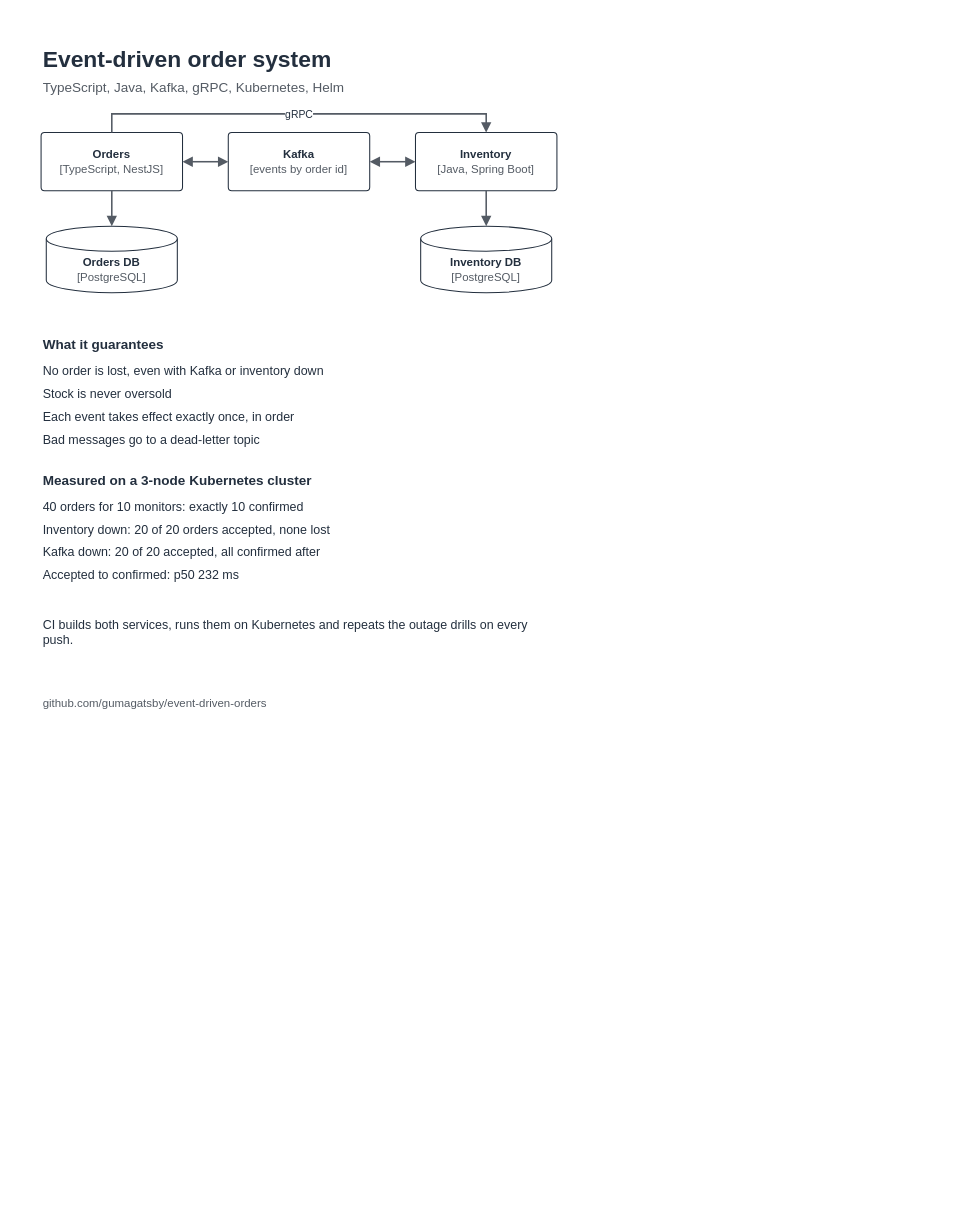
Earlier version of the draw.io diagram docs/linkedin-architecture.drawio (gumagatsby/event-driven-orders). Source tidied: cells renumbered, new cells numbered last; positions are measured from the earlier drawing's top-left corner, leaving out a move shared by most shapes. Both pictures are drawn from the tidied source at 104%, with x=0, y=0 at pixel (18, 18). Pictures stored in the file or linked from it are replaced by grey dashed boxes.
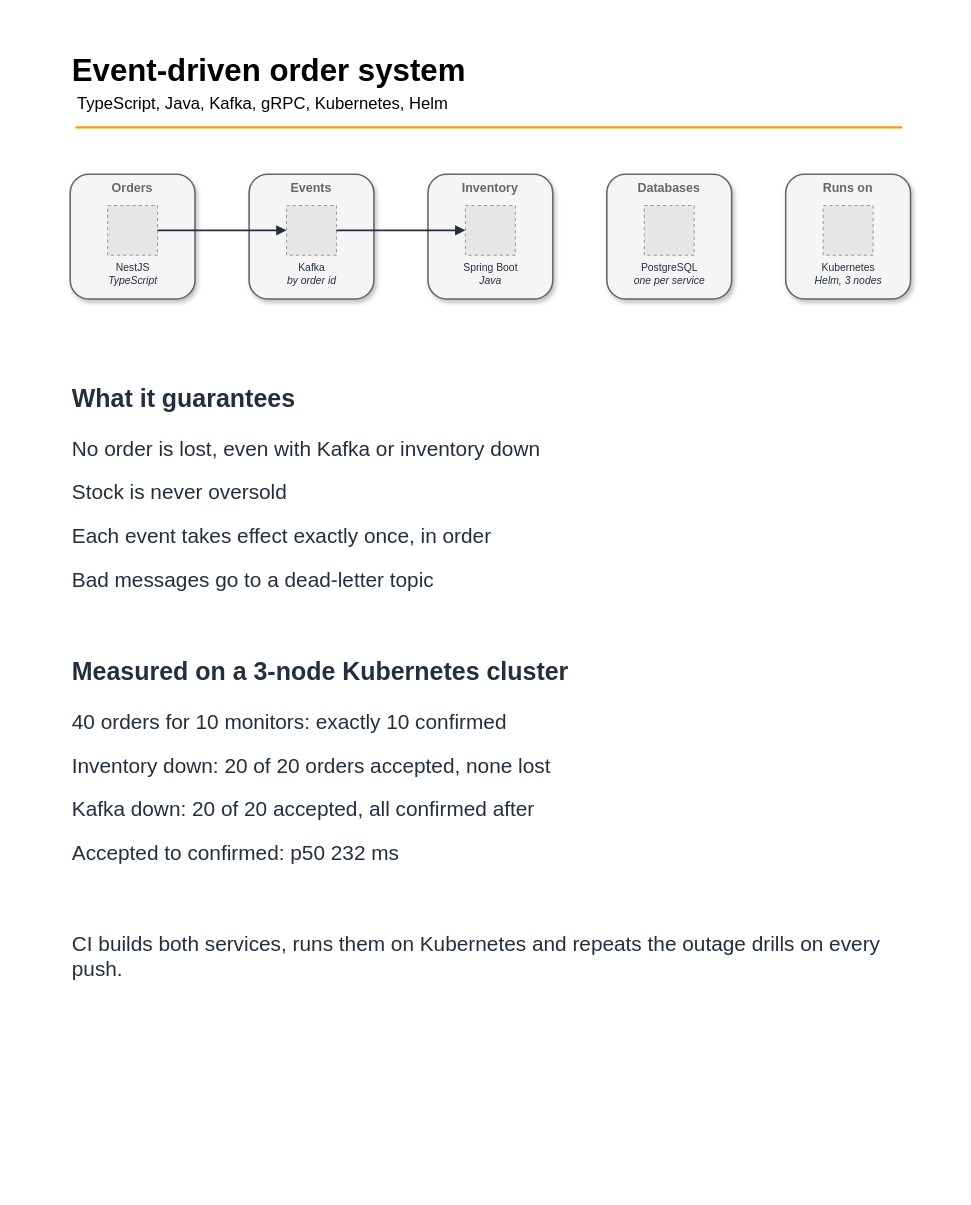
After the change.

Commit message (it also covers changes not shown here):
Redraw the flow diagram and LinkedIn card to match the architecture diagram

Diff of the diagram source:
```diff
@@
-<mxGraphModel background="#FFFFFF">
+<mxGraphModel>
@@
-    <mxCell id="2" style="rounded=0;fillColor=#FFFFFF;strokeColor=none;" parent="1" vertex="1">
-      <mxGeometry width="540" height="675" as="geometry" />
-    </mxCell>
+    <mxCell id="27" style="rounded=0;fillColor=none;strokeColor=none;" parent="1" vertex="1">
+      <mxGeometry width="900" height="1125" as="geometry" />
+    </mxCell>
+    <mxCell id="28" style="group;fontFamily=Helvetica;" parent="1" vertex="1">
+      <mxGeometry x="50" y="30" width="800" height="83" as="geometry" />
+    </mxCell>
-    <mxCell id="3" value="Event-driven order system" style="text;html=1;strokeColor=none;fillColor=none;align=left;verticalAlign=top;whiteSpace=wrap;fontSize=22;fontColor=#232F3E;fontStyle=1;" parent="1" vertex="1">
-      <mxGeometry x="22" y="20" width="500" height="30" as="geometry" />
+    <mxCell id="3" value="Event-driven order system" style="text;html=1;align=left;verticalAlign=top;spacingTop=-4;fontSize=30;fontStyle=1;fontFamily=Helvetica;" parent="28" vertex="1">
+      <mxGeometry width="800" height="42" as="geometry" />
     </mxCell>
-    <mxCell id="4" value="TypeScript, Java, Kafka, gRPC, Kubernetes, Helm" style="text;html=1;strokeColor=none;fillColor=none;align=left;verticalAlign=top;whiteSpace=wrap;fontSize=13;fontColor=#545B64;fontStyle=0;" parent="1" vertex="1">
-      <mxGeometry x="22" y="52" width="500" height="20" as="geometry" />
+    <mxCell id="4" value="TypeScript, Java, Kafka, gRPC, Kubernetes, Helm" style="text;html=1;align=left;verticalAlign=top;spacingTop=-4;fontSize=16;fontFamily=Helvetica;" parent="28" vertex="1">
+      <mxGeometry x="5" y="40" width="790" height="25" as="geometry" />
     </mxCell>
-    <mxCell id="5" value="&lt;b&gt;Orders&lt;/b&gt;&lt;br&gt;&lt;span style='color:#545B64'&gt;[TypeScript, NestJS]&lt;/span&gt;" style="rounded=1;arcSize=6;whiteSpace=wrap;html=1;fillColor=#FFFFFF;strokeColor=#232F3E;strokeWidth=1;fontColor=#232F3E;fontSize=11;verticalAlign=middle;spacing=8;" parent="1" vertex="1">
-      <mxGeometry x="22" y="110" width="136" height="56" as="geometry" />
-    </mxCell>
-    <mxCell id="6" value="&lt;b&gt;Kafka&lt;/b&gt;&lt;br&gt;&lt;span style='color:#545B64'&gt;[events by order id]&lt;/span&gt;" style="rounded=1;arcSize=6;whiteSpace=wrap;html=1;fillColor=#FFFFFF;strokeColor=#232F3E;strokeWidth=1;fontColor=#232F3E;fontSize=11;verticalAlign=middle;spacing=8;" parent="1" vertex="1">
-      <mxGeometry x="202" y="110" width="136" height="56" as="geometry" />
-    </mxCell>
-    <mxCell id="7" value="&lt;b&gt;Inventory&lt;/b&gt;&lt;br&gt;&lt;span style='color:#545B64'&gt;[Java, Spring Boot]&lt;/span&gt;" style="rounded=1;arcSize=6;whiteSpace=wrap;html=1;fillColor=#FFFFFF;strokeColor=#232F3E;strokeWidth=1;fontColor=#232F3E;fontSize=11;verticalAlign=middle;spacing=8;" parent="1" vertex="1">
-      <mxGeometry x="382" y="110" width="136" height="56" as="geometry" />
-    </mxCell>
-    <mxCell id="8" value="&lt;b&gt;Orders DB&lt;/b&gt;&lt;br&gt;&lt;span style='color:#545B64'&gt;[PostgreSQL]&lt;/span&gt;" style="shape=cylinder3;whiteSpace=wrap;html=1;boundedLbl=1;size=12;fillColor=#FFFFFF;strokeColor=#232F3E;strokeWidth=1;fontColor=#232F3E;fontSize=11;" parent="1" vertex="1">
-      <mxGeometry x="27" y="200" width="126" height="64" as="geometry" />
-    </mxCell>
-    <mxCell id="9" value="&lt;b&gt;Inventory DB&lt;/b&gt;&lt;br&gt;&lt;span style='color:#545B64'&gt;[PostgreSQL]&lt;/span&gt;" style="shape=cylinder3;whiteSpace=wrap;html=1;boundedLbl=1;size=12;fillColor=#FFFFFF;strokeColor=#232F3E;strokeWidth=1;fontColor=#232F3E;fontSize=11;" parent="1" vertex="1">
-      <mxGeometry x="387" y="200" width="126" height="64" as="geometry" />
-    </mxCell>
-    <mxCell id="10" style="edgeStyle=orthogonalEdgeStyle;rounded=0;html=1;endArrow=block;endFill=1;strokeColor=#545B64;startArrow=block;startFill=1;strokeWidth=1.5;fontSize=11;fontColor=#232F3E;labelBackgroundColor=#FFFFFF;" parent="1" edge="1" source="5" target="6">
-      <mxGeometry relative="1" as="geometry" />
-    </mxCell>
-    <mxCell id="11" style="edgeStyle=orthogonalEdgeStyle;rounded=0;html=1;endArrow=block;endFill=1;strokeColor=#545B64;startArrow=block;startFill=1;strokeWidth=1.5;fontSize=11;fontColor=#232F3E;labelBackgroundColor=#FFFFFF;" parent="1" edge="1" source="6" target="7">
-      <mxGeometry relative="1" as="geometry" />
-    </mxCell>
-    <mxCell id="12" value="gRPC" style="edgeStyle=orthogonalEdgeStyle;rounded=0;html=1;endArrow=block;endFill=1;strokeColor=#545B64;strokeWidth=1.5;fontSize=10;fontColor=#232F3E;labelBackgroundColor=#FFFFFF;exitX=0.5;exitY=0;exitDx=0;exitDy=0;entryX=0.5;entryY=0;entryDx=0;entryDy=0;" parent="1" edge="1" source="5" target="7">
-      <mxGeometry relative="1" as="geometry">
-        <Array as="points">
-          <mxPoint x="90" y="92" />
-          <mxPoint x="450" y="92" />
-        </Array>
-      </mxGeometry>
-    </mxCell>
-    <mxCell id="13" style="edgeStyle=orthogonalEdgeStyle;rounded=0;html=1;endArrow=block;endFill=1;strokeColor=#545B64;strokeWidth=1.5;fontSize=11;fontColor=#232F3E;labelBackgroundColor=#FFFFFF;" parent="1" edge="1" source="5" target="8">
-      <mxGeometry relative="1" as="geometry" />
-    </mxCell>
-    <mxCell id="14" style="edgeStyle=orthogonalEdgeStyle;rounded=0;html=1;endArrow=block;endFill=1;strokeColor=#545B64;strokeWidth=1.5;fontSize=11;fontColor=#232F3E;labelBackgroundColor=#FFFFFF;" parent="1" edge="1" source="7" target="9">
-      <mxGeometry relative="1" as="geometry" />
-    </mxCell>
+    <mxCell id="29" style="line;strokeWidth=2;html=1;fontSize=14;strokeColor=#FF9900;fontFamily=Helvetica;" parent="28" vertex="1">
+      <mxGeometry x="5" y="70" width="795" height="10" as="geometry" />
+    </mxCell>
+    <mxCell id="30" value="Orders" style="fillColor=#F5F5F5;strokeColor=#666666;rounded=1;whiteSpace=wrap;html=1;verticalAlign=top;fontStyle=1;fontSize=12;fontColor=#666666;fontFamily=Helvetica;shadow=1;strokeWidth=1.5;" parent="1" vertex="1">
+      <mxGeometry x="50" y="150" width="120" height="120" as="geometry" />
+    </mxCell>
+    <mxCell id="31" value="NestJS&lt;div&gt;&lt;i&gt;TypeScript&lt;/i&gt;&lt;/div&gt;" style="fillColor=#E6E6E6;strokeColor=#999999;dashed=1;verticalLabelPosition=bottom;verticalAlign=top;align=center;html=1;fontSize=10;fontColor=#232F3E;fontFamily=Helvetica;" parent="30" vertex="1">
+      <mxGeometry x="36" y="30" width="48" height="48" as="geometry" />
+    </mxCell>
+    <mxCell id="32" value="Events" style="fillColor=#F5F5F5;strokeColor=#666666;rounded=1;whiteSpace=wrap;html=1;verticalAlign=top;fontStyle=1;fontSize=12;fontColor=#666666;fontFamily=Helvetica;shadow=1;strokeWidth=1.5;" parent="1" vertex="1">
+      <mxGeometry x="222" y="150" width="120" height="120" as="geometry" />
+    </mxCell>
+    <mxCell id="33" value="Kafka&lt;div&gt;&lt;i&gt;by order id&lt;/i&gt;&lt;/div&gt;" style="fillColor=#E6E6E6;strokeColor=#999999;dashed=1;verticalLabelPosition=bottom;verticalAlign=top;align=center;html=1;fontSize=10;fontColor=#232F3E;fontFamily=Helvetica;" parent="32" vertex="1">
+      <mxGeometry x="36" y="30" width="48" height="48" as="geometry" />
+    </mxCell>
+    <mxCell id="34" value="Inventory" style="fillColor=#F5F5F5;strokeColor=#666666;rounded=1;whiteSpace=wrap;html=1;verticalAlign=top;fontStyle=1;fontSize=12;fontColor=#666666;fontFamily=Helvetica;shadow=1;strokeWidth=1.5;" parent="1" vertex="1">
+      <mxGeometry x="394" y="150" width="120" height="120" as="geometry" />
+    </mxCell>
+    <mxCell id="35" value="Spring Boot&lt;div&gt;&lt;i&gt;Java&lt;/i&gt;&lt;/div&gt;" style="fillColor=#E6E6E6;strokeColor=#999999;dashed=1;verticalLabelPosition=bottom;verticalAlign=top;align=center;html=1;fontSize=10;fontColor=#232F3E;fontFamily=Helvetica;" parent="34" vertex="1">
+      <mxGeometry x="36" y="30" width="48" height="48" as="geometry" />
+    </mxCell>
+    <mxCell id="36" value="Databases" style="fillColor=#F5F5F5;strokeColor=#666666;rounded=1;whiteSpace=wrap;html=1;verticalAlign=top;fontStyle=1;fontSize=12;fontColor=#666666;fontFamily=Helvetica;shadow=1;strokeWidth=1.5;" parent="1" vertex="1">
+      <mxGeometry x="566" y="150" width="120" height="120" as="geometry" />
+    </mxCell>
+    <mxCell id="37" value="PostgreSQL&lt;div&gt;&lt;i&gt;one per service&lt;/i&gt;&lt;/div&gt;" style="fillColor=#E6E6E6;strokeColor=#999999;dashed=1;verticalLabelPosition=bottom;verticalAlign=top;align=center;html=1;fontSize=10;fontColor=#232F3E;fontFamily=Helvetica;" parent="36" vertex="1">
+      <mxGeometry x="36" y="30" width="48" height="48" as="geometry" />
+    </mxCell>
+    <mxCell id="38" value="Runs on" style="fillColor=#F5F5F5;strokeColor=#666666;rounded=1;whiteSpace=wrap;html=1;verticalAlign=top;fontStyle=1;fontSize=12;fontColor=#666666;fontFamily=Helvetica;shadow=1;strokeWidth=1.5;" parent="1" vertex="1">
+      <mxGeometry x="738" y="150" width="120" height="120" as="geometry" />
+    </mxCell>
+    <mxCell id="39" value="Kubernetes&lt;div&gt;&lt;i&gt;Helm, 3 nodes&lt;/i&gt;&lt;/div&gt;" style="fillColor=#E6E6E6;strokeColor=#999999;dashed=1;verticalLabelPosition=bottom;verticalAlign=top;align=center;html=1;fontSize=10;fontColor=#232F3E;fontFamily=Helvetica;" parent="38" vertex="1">
+      <mxGeometry x="36" y="30" width="48" height="48" as="geometry" />
+    </mxCell>
+    <mxCell id="40" style="edgeStyle=orthogonalEdgeStyle;rounded=0;jettySize=auto;html=1;endArrow=block;endFill=1;strokeWidth=1.5;strokeColor=light-dark(#232F3E,#D4D4D4);fontFamily=Helvetica;exitX=1;exitY=0.5;exitDx=0;exitDy=0;entryX=0;entryY=0.5;entryDx=0;entryDy=0;" parent="1" edge="1" source="31" target="33">
+      <mxGeometry relative="1" as="geometry" />
+    </mxCell>
+    <mxCell id="41" style="edgeStyle=orthogonalEdgeStyle;rounded=0;jettySize=auto;html=1;endArrow=block;endFill=1;strokeWidth=1.5;strokeColor=light-dark(#232F3E,#D4D4D4);fontFamily=Helvetica;exitX=1;exitY=0.5;exitDx=0;exitDy=0;entryX=0;entryY=0.5;entryDx=0;entryDy=0;" parent="1" edge="1" source="33" target="35">
+      <mxGeometry relative="1" as="geometry" />
+    </mxCell>
-    <mxCell id="15" value="What it guarantees" style="text;html=1;strokeColor=none;fillColor=none;align=left;verticalAlign=top;whiteSpace=wrap;fontSize=13;fontColor=#232F3E;fontStyle=1;" parent="1" vertex="1">
-      <mxGeometry x="22" y="300" width="500" height="20" as="geometry" />
+    <mxCell id="15" value="What it guarantees" style="text;html=1;align=left;verticalAlign=top;whiteSpace=wrap;fontFamily=Helvetica;fontColor=light-dark(#232F3E,#D4D4D4);fontSize=24;fontStyle=1;" parent="1" vertex="1">
+      <mxGeometry x="50" y="345" width="800" height="34" as="geometry" />
     </mxCell>
-    <mxCell id="16" value="No order is lost, even with Kafka or inventory down" style="text;html=1;strokeColor=none;fillColor=none;align=left;verticalAlign=top;whiteSpace=wrap;fontSize=12;fontColor=#232F3E;fontStyle=0;" parent="1" vertex="1">
-      <mxGeometry x="22" y="326" width="500" height="20" as="geometry" />
+    <mxCell id="16" value="No order is lost, even with Kafka or inventory down" style="text;html=1;align=left;verticalAlign=top;whiteSpace=wrap;fontFamily=Helvetica;fontColor=light-dark(#232F3E,#D4D4D4);fontSize=20;" parent="1" vertex="1">
+      <mxGeometry x="50" y="395" width="800" height="34" as="geometry" />
     </mxCell>
-    <mxCell id="17" value="Stock is never oversold" style="text;html=1;strokeColor=none;fillColor=none;align=left;verticalAlign=top;whiteSpace=wrap;fontSize=12;fontColor=#232F3E;fontStyle=0;" parent="1" vertex="1">
-      <mxGeometry x="22" y="348" width="500" height="20" as="geometry" />
+    <mxCell id="17" value="Stock is never oversold" style="text;html=1;align=left;verticalAlign=top;whiteSpace=wrap;fontFamily=Helvetica;fontColor=light-dark(#232F3E,#D4D4D4);fontSize=20;" parent="1" vertex="1">
+      <mxGeometry x="50" y="437" width="800" height="34" as="geometry" />
     </mxCell>
-    <mxCell id="18" value="Each event takes effect exactly once, in order" style="text;html=1;strokeColor=none;fillColor=none;align=left;verticalAlign=top;whiteSpace=wrap;fontSize=12;fontColor=#232F3E;fontStyle=0;" parent="1" vertex="1">
-      <mxGeometry x="22" y="370" width="500" height="20" as="geometry" />
+    <mxCell id="18" value="Each event takes effect exactly once, in order" style="text;html=1;align=left;verticalAlign=top;whiteSpace=wrap;fontFamily=Helvetica;fontColor=light-dark(#232F3E,#D4D4D4);fontSize=20;" parent="1" vertex="1">
+      <mxGeometry x="50" y="479" width="800" height="34" as="geometry" />
     </mxCell>
-    <mxCell id="19" value="Bad messages go to a dead-letter topic" style="text;html=1;strokeColor=none;fillColor=none;align=left;verticalAlign=top;whiteSpace=wrap;fontSize=12;fontColor=#232F3E;fontStyle=0;" parent="1" vertex="1">
-      <mxGeometry x="22" y="392" width="500" height="20" as="geometry" />
+    <mxCell id="19" value="Bad messages go to a dead-letter topic" style="text;html=1;align=left;verticalAlign=top;whiteSpace=wrap;fontFamily=Helvetica;fontColor=light-dark(#232F3E,#D4D4D4);fontSize=20;" parent="1" vertex="1">
+      <mxGeometry x="50" y="521" width="800" height="34" as="geometry" />
     </mxCell>
-    <mxCell id="20" value="Measured on a 3-node Kubernetes cluster" style="text;html=1;strokeColor=none;fillColor=none;align=left;verticalAlign=top;whiteSpace=wrap;fontSize=13;fontColor=#232F3E;fontStyle=1;" parent="1" vertex="1">
-      <mxGeometry x="22" y="430" width="500" height="20" as="geometry" />
+    <mxCell id="20" value="Measured on a 3-node Kubernetes cluster" style="text;html=1;align=left;verticalAlign=top;whiteSpace=wrap;fontFamily=Helvetica;fontColor=light-dark(#232F3E,#D4D4D4);fontSize=24;fontStyle=1;" parent="1" vertex="1">
+      <mxGeometry x="50" y="608" width="800" height="34" as="geometry" />
     </mxCell>
-    <mxCell id="21" value="40 orders for 10 monitors: exactly 10 confirmed" style="text;html=1;strokeColor=none;fillColor=none;align=left;verticalAlign=top;whiteSpace=wrap;fontSize=12;fontColor=#232F3E;fontStyle=0;" parent="1" vertex="1">
-      <mxGeometry x="22" y="456" width="500" height="20" as="geometry" />
+    <mxCell id="21" value="40 orders for 10 monitors: exactly 10 confirmed" style="text;html=1;align=left;verticalAlign=top;whiteSpace=wrap;fontFamily=Helvetica;fontColor=light-dark(#232F3E,#D4D4D4);fontSize=20;" parent="1" vertex="1">
+      <mxGeometry x="50" y="658" width="800" height="34" as="geometry" />
     </mxCell>
-    <mxCell id="22" value="Inventory down: 20 of 20 orders accepted, none lost" style="text;html=1;strokeColor=none;fillColor=none;align=left;verticalAlign=top;whiteSpace=wrap;fontSize=12;fontColor=#232F3E;fontStyle=0;" parent="1" vertex="1">
-      <mxGeometry x="22" y="478" width="500" height="20" as="geometry" />
+    <mxCell id="22" value="Inventory down: 20 of 20 orders accepted, none lost" style="text;html=1;align=left;verticalAlign=top;whiteSpace=wrap;fontFamily=Helvetica;fontColor=light-dark(#232F3E,#D4D4D4);fontSize=20;" parent="1" vertex="1">
+      <mxGeometry x="50" y="700" width="800" height="34" as="geometry" />
     </mxCell>
-    <mxCell id="23" value="Kafka down: 20 of 20 accepted, all confirmed after" style="text;html=1;strokeColor=none;fillColor=none;align=left;verticalAlign=top;whiteSpace=wrap;fontSize=12;fontColor=#232F3E;fontStyle=0;" parent="1" vertex="1">
-      <mxGeometry x="22" y="500" width="500" height="20" as="geometry" />
+    <mxCell id="23" value="Kafka down: 20 of 20 accepted, all confirmed after" style="text;html=1;align=left;verticalAlign=top;whiteSpace=wrap;fontFamily=Helvetica;fontColor=light-dark(#232F3E,#D4D4D4);fontSize=20;" parent="1" vertex="1">
+      <mxGeometry x="50" y="742" width="800" height="34" as="geometry" />
     </mxCell>
-    <mxCell id="24" value="Accepted to confirmed: p50 232 ms" style="text;html=1;strokeColor=none;fillColor=none;align=left;verticalAlign=top;whiteSpace=wrap;fontSize=12;fontColor=#232F3E;fontStyle=0;" parent="1" vertex="1">
-      <mxGeometry x="22" y="522" width="500" height="20" as="geometry" />
+    <mxCell id="24" value="Accepted to confirmed: p50 232 ms" style="text;html=1;align=left;verticalAlign=top;whiteSpace=wrap;fontFamily=Helvetica;fontColor=light-dark(#232F3E,#D4D4D4);fontSize=20;" parent="1" vertex="1">
+      <mxGeometry x="50" y="784" width="800" height="34" as="geometry" />
     </mxCell>
-    <mxCell id="25" value="CI builds both services, runs them on Kubernetes and repeats the outage drills on every push." style="text;html=1;strokeColor=none;fillColor=none;align=left;verticalAlign=top;whiteSpace=wrap;fontSize=12;fontColor=#232F3E;fontStyle=0;" parent="1" vertex="1">
-      <mxGeometry x="22" y="570" width="500" height="36" as="geometry" />
+    <mxCell id="25" value="CI builds both services, runs them on Kubernetes and repeats the outage drills on every push." style="text;html=1;align=left;verticalAlign=top;whiteSpace=wrap;fontFamily=Helvetica;fontColor=light-dark(#232F3E,#D4D4D4);fontSize=20;" parent="1" vertex="1">
+      <mxGeometry x="50" y="871" width="800" height="60" as="geometry" />
     </mxCell>
-    <mxCell id="26" value="github.com/gumagatsby/event-driven-orders" style="text;html=1;strokeColor=none;fillColor=none;align=left;verticalAlign=top;whiteSpace=wrap;fontSize=11;fontColor=#545B64;fontStyle=0;" parent="1" vertex="1">
-      <mxGeometry x="22" y="646" width="500" height="18" as="geometry" />
-    </mxCell>
```
